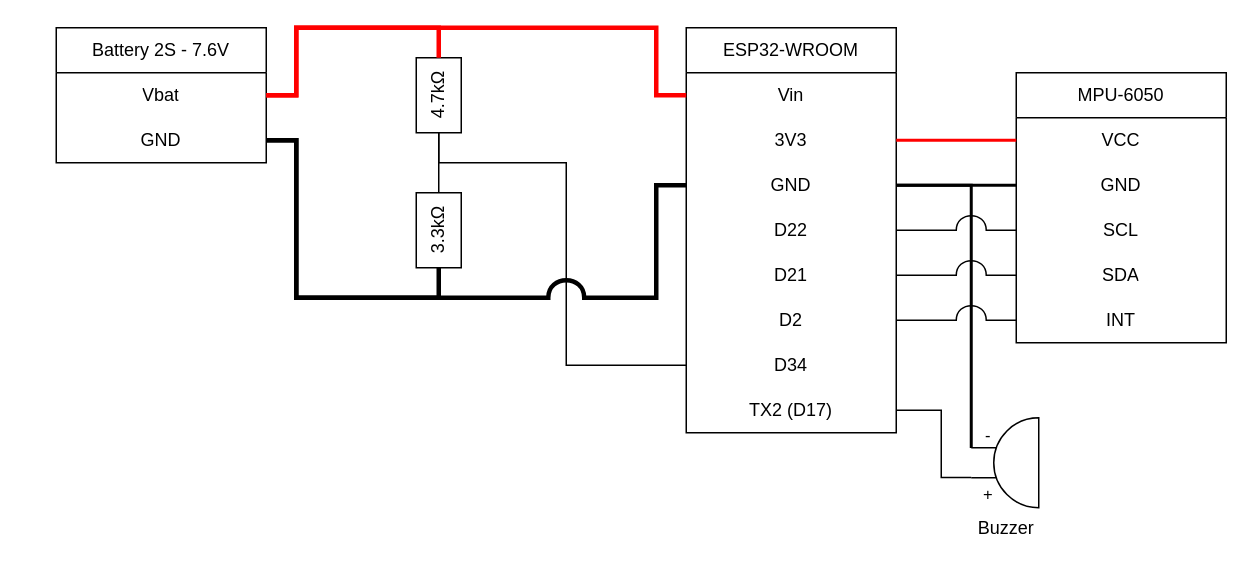
Above: IMU/img/hand_module_diagram.drawio in Jormunth/EUC_Blinker_CPELyon (draw.io), before the change. Source tidied: cells renumbered, new cells numbered last; positions are measured from the earlier drawing's top-left corner, leaving out a move shared by most shapes. Both pictures are drawn from the tidied source at 150%, with x=0, y=0 at pixel (56, 27).
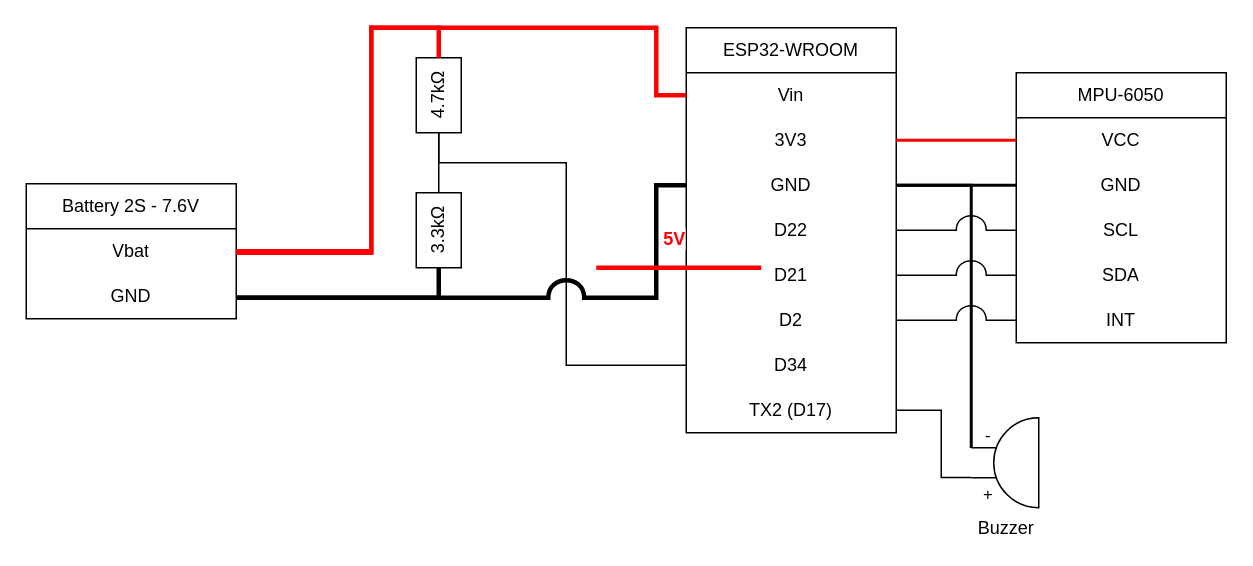
After the change.

The change refers to these unchanged cells:
```xml
<mxCell id="3" value="Vin" style="text;strokeColor=none;fillColor=none;align=center;verticalAlign=middle;spacingLeft=4;spacingRight=4;overflow=hidden;points=[[0,0.5],[1,0.5]];portConstraint=eastwest;whiteSpace=wrap;html=1;" parent="2" vertex="1">
  <mxGeometry y="30" width="140" height="30" as="geometry" />
</mxCell>
<mxCell id="5" value="GND" style="text;strokeColor=none;fillColor=none;align=center;verticalAlign=middle;spacingLeft=4;spacingRight=4;overflow=hidden;points=[[0,0.5],[1,0.5]];portConstraint=eastwest;whiteSpace=wrap;html=1;" parent="2" vertex="1">
  <mxGeometry y="90" width="140" height="30" as="geometry" />
</mxCell>
<mxCell id="20" value="Vbat" style="text;strokeColor=none;fillColor=none;align=center;verticalAlign=middle;spacingLeft=4;spacingRight=4;overflow=hidden;points=[[0,0.5],[1,0.5]];portConstraint=eastwest;whiteSpace=wrap;html=1;" parent="19" vertex="1">
  <mxGeometry y="30" width="140" height="30" as="geometry" />
</mxCell>
<mxCell id="21" value="GND" style="text;strokeColor=none;fillColor=none;align=center;verticalAlign=middle;spacingLeft=4;spacingRight=4;overflow=hidden;points=[[0,0.5],[1,0.5]];portConstraint=eastwest;whiteSpace=wrap;html=1;" parent="19" vertex="1">
  <mxGeometry y="60" width="140" height="30" as="geometry" />
</mxCell>
<mxCell id="23" value="3.3k&lt;span style=&quot;text-align: start;&quot;&gt;Ω&lt;/span&gt;" style="rounded=0;whiteSpace=wrap;html=1;rotation=-90;" parent="1" vertex="1">
  <mxGeometry x="230" y="120" width="50" height="30" as="geometry" />
</mxCell>
<mxCell id="24" value="4.7k&lt;span style=&quot;text-align: start;&quot;&gt;Ω&lt;/span&gt;" style="rounded=0;whiteSpace=wrap;html=1;rotation=-90;" parent="1" vertex="1">
  <mxGeometry x="230" y="30" width="50" height="30" as="geometry" />
</mxCell>
```

The edit, as a diff of the source:
```diff
@@
     <mxCell id="19" value="Battery 2S - 7.6V" style="swimlane;fontStyle=0;horizontal=1;startSize=30;whiteSpace=wrap;html=1;" parent="1" vertex="1">
-      <mxGeometry width="140" height="90" as="geometry" />
+      <mxGeometry x="-20" y="104" width="140" height="90" as="geometry" />
     </mxCell>
@@
     <mxCell id="22" style="edgeStyle=orthogonalEdgeStyle;html=1;endArrow=none;endFill=0;rounded=0;strokeColor=#FF0000;strokeWidth=3;" parent="1" edge="1" source="20" target="3">
       <mxGeometry relative="1" as="geometry">
         <Array as="points">
-          <mxPoint x="160" y="45" />
-          <mxPoint x="160" />
+          <mxPoint x="210" y="149" />
+          <mxPoint x="210" />
           <mxPoint x="400" />
           <mxPoint x="400" y="45" />
         </Array>
       </mxGeometry>
     </mxCell>
@@
     <mxCell id="31" style="edgeStyle=orthogonalEdgeStyle;html=1;endArrow=none;endFill=0;rounded=0;jumpStyle=arc;jumpSize=20;strokeColor=#FF0000;strokeWidth=3;" parent="1" edge="1" source="24" target="20">
       <mxGeometry relative="1" as="geometry">
         <Array as="points">
           <mxPoint x="255" />
-          <mxPoint x="160" />
-          <mxPoint x="160" y="45" />
+          <mxPoint x="210" />
+          <mxPoint x="210" y="150" />
         </Array>
       </mxGeometry>
     </mxCell>
     <mxCell id="32" style="edgeStyle=orthogonalEdgeStyle;html=1;endArrow=none;endFill=0;rounded=0;jumpStyle=arc;jumpSize=20;strokeColor=#000000;strokeWidth=3;" parent="1" edge="1" source="23" target="21">
       <mxGeometry relative="1" as="geometry">
         <Array as="points">
           <mxPoint x="255" y="180" />
-          <mxPoint x="160" y="180" />
-          <mxPoint x="160" y="75" />
         </Array>
       </mxGeometry>
     </mxCell>
@@
     <mxCell id="37" style="edgeStyle=orthogonalEdgeStyle;html=1;endArrow=none;endFill=0;rounded=0;jumpStyle=arc;jumpSize=20;strokeColor=#000000;strokeWidth=3;" parent="1" edge="1" source="21" target="5">
       <mxGeometry relative="1" as="geometry">
         <Array as="points">
-          <mxPoint x="160" y="75" />
-          <mxPoint x="160" y="180" />
           <mxPoint x="400" y="180" />
           <mxPoint x="400" y="105" />
         </Array>
       </mxGeometry>
     </mxCell>
+    <mxCell id="38" style="edgeStyle=orthogonalEdgeStyle;html=1;endArrow=none;endFill=0;rounded=0;strokeColor=#FF0000;strokeWidth=3;" parent="1" edge="1">
+      <mxGeometry relative="1" as="geometry">
+        <mxPoint x="360" y="160" as="sourcePoint" />
+        <mxPoint x="470" y="160" as="targetPoint" />
+        <Array as="points">
+          <mxPoint x="380" y="160" />
+        </Array>
+      </mxGeometry>
+    </mxCell>
+    <mxCell id="39" value="5V" style="edgeLabel;html=1;align=center;verticalAlign=middle;fontSize=12;fontColor=#FF0000;fontStyle=1;" parent="38" vertex="1">
+      <mxGeometry x="0.41" y="-2" relative="1" as="geometry">
+        <mxPoint x="-27" y="-22" as="offset" />
+      </mxGeometry>
+    </mxCell>
```
